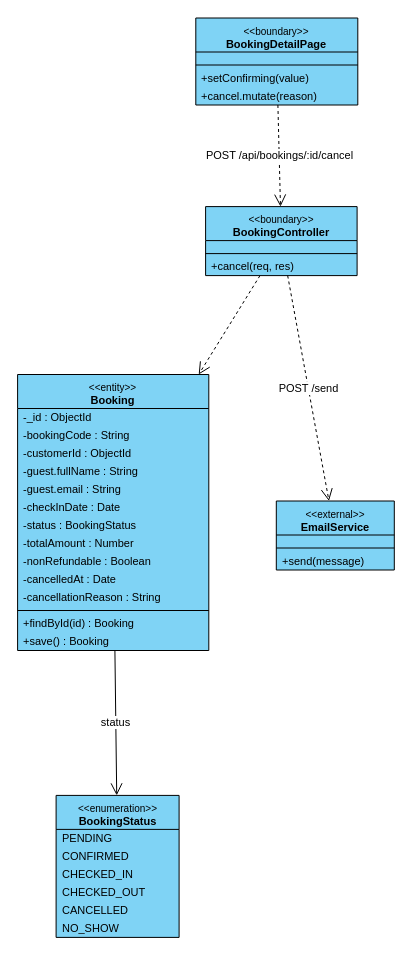
This is final/diagrams/M3_Booking-And-Customer_Diagrams/class_diagrams/CD-11_UC-G14_CancelBooking.drawio from toikobi401/SWD392, a draw.io file, before an edit. Source tidied: cells renumbered, new cells numbered last; positions are measured from the earlier drawing's top-left corner, leaving out a move shared by most shapes. Both pictures are drawn from the tidied source at 100%, with x=0, y=0 at pixel (17, 17).
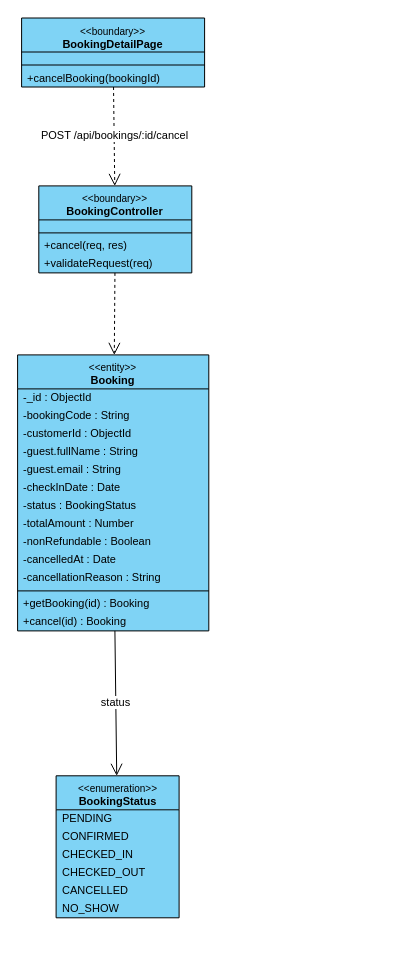
The same diagram, later.

Change to the diagram source:
```diff
@@
     <mxCell id="2" value="&lt;font style=&quot;font-size:10px&quot;&gt;&amp;lt;&amp;lt;boundary&amp;gt;&amp;gt;&lt;/font&gt;&lt;br&gt;&lt;b&gt;BookingDetailPage&lt;/b&gt;" style="swimlane;fontStyle=0;align=center;verticalAlign=top;horizontal=1;startSize=34;html=1;whiteSpace=wrap;fontSize=11;fillColor=#7fd3f5;swimlaneFillColor=#7fd3f5;strokeColor=#000000;" parent="1" vertex="1">
-      <mxGeometry x="178.3" y="0.5" width="162" height="87" as="geometry" />
+      <mxGeometry x="4.1" y="0.5" width="183" height="69" as="geometry" />
     </mxCell>
     <mxCell id="3" style="text;strokeColor=none;fillColor=none;html=1;" parent="2" vertex="1">
-      <mxGeometry y="34" width="162" height="9" as="geometry" />
+      <mxGeometry y="34" width="183" height="9" as="geometry" />
     </mxCell>
     <mxCell id="4" style="line;strokeWidth=1;fillColor=none;align=left;verticalAlign=middle;spacingTop=-1;spacingLeft=3;spacingRight=3;labelPosition=right;strokeColor=#000000;" parent="2" vertex="1">
-      <mxGeometry y="43" width="162" height="8" as="geometry" />
+      <mxGeometry y="43" width="183" height="8" as="geometry" />
     </mxCell>
-    <mxCell id="5" value="+setConfirming(value)" style="text;strokeColor=none;fillColor=none;align=left;verticalAlign=middle;spacingLeft=4;spacingRight=4;overflow=hidden;whiteSpace=nowrap;html=1;fontSize=11;" parent="2" vertex="1">
-      <mxGeometry y="51" width="162" height="18" as="geometry" />
+    <mxCell id="5" value="+cancelBooking(bookingId)" style="text;strokeColor=none;fillColor=none;align=left;verticalAlign=middle;spacingLeft=4;spacingRight=4;overflow=hidden;whiteSpace=nowrap;html=1;fontSize=11;" parent="2" vertex="1">
+      <mxGeometry y="51" width="183" height="18" as="geometry" />
     </mxCell>
-    <mxCell id="6" value="+cancel.mutate(reason)" style="text;strokeColor=none;fillColor=none;align=left;verticalAlign=middle;spacingLeft=4;spacingRight=4;overflow=hidden;whiteSpace=nowrap;html=1;fontSize=11;" parent="2" vertex="1">
-      <mxGeometry y="69" width="162" height="18" as="geometry" />
-    </mxCell>
     <mxCell id="7" value="&lt;font style=&quot;font-size:10px&quot;&gt;&amp;lt;&amp;lt;boundary&amp;gt;&amp;gt;&lt;/font&gt;&lt;br&gt;&lt;b&gt;BookingController&lt;/b&gt;" style="swimlane;fontStyle=0;align=center;verticalAlign=top;horizontal=1;startSize=34;html=1;whiteSpace=wrap;fontSize=11;fillColor=#7fd3f5;swimlaneFillColor=#7fd3f5;strokeColor=#000000;" parent="1" vertex="1">
-      <mxGeometry x="188.1" y="189.1" width="151.5" height="69" as="geometry" />
+      <mxGeometry x="21.3" y="168.4" width="153" height="87" as="geometry" />
     </mxCell>
     <mxCell id="8" style="text;strokeColor=none;fillColor=none;html=1;" parent="7" vertex="1">
-      <mxGeometry y="34" width="151.5" height="9" as="geometry" />
+      <mxGeometry y="34" width="153" height="9" as="geometry" />
     </mxCell>
     <mxCell id="9" style="line;strokeWidth=1;fillColor=none;align=left;verticalAlign=middle;spacingTop=-1;spacingLeft=3;spacingRight=3;labelPosition=right;strokeColor=#000000;" parent="7" vertex="1">
-      <mxGeometry y="43" width="151.5" height="8" as="geometry" />
+      <mxGeometry y="43" width="153" height="8" as="geometry" />
     </mxCell>
     <mxCell id="10" value="+cancel(req, res)" style="text;strokeColor=none;fillColor=none;align=left;verticalAlign=middle;spacingLeft=4;spacingRight=4;overflow=hidden;whiteSpace=nowrap;html=1;fontSize=11;" parent="7" vertex="1">
-      <mxGeometry y="51" width="151.5" height="18" as="geometry" />
+      <mxGeometry y="51" width="153" height="18" as="geometry" />
     </mxCell>
+    <mxCell id="41" value="+validateRequest(req)" style="text;strokeColor=none;fillColor=none;align=left;verticalAlign=middle;spacingLeft=4;spacingRight=4;overflow=hidden;whiteSpace=nowrap;html=1;fontSize=11;" parent="7" vertex="1">
+      <mxGeometry y="69" width="153" height="18" as="geometry" />
+    </mxCell>
     <mxCell id="11" value="&lt;font style=&quot;font-size:10px&quot;&gt;&amp;lt;&amp;lt;entity&amp;gt;&amp;gt;&lt;/font&gt;&lt;br&gt;&lt;b&gt;Booking&lt;/b&gt;" style="swimlane;fontStyle=0;align=center;verticalAlign=top;horizontal=1;startSize=34;html=1;whiteSpace=wrap;fontSize=11;fillColor=#7fd3f5;swimlaneFillColor=#7fd3f5;strokeColor=#000000;" parent="1" vertex="1">
-      <mxGeometry x="0.1" y="357" width="191.2" height="276" as="geometry" />
+      <mxGeometry x="0.1" y="337.4" width="191.2" height="276" as="geometry" />
     </mxCell>
@@
-    <mxCell id="24" value="+findById(id) : Booking" style="text;strokeColor=none;fillColor=none;align=left;verticalAlign=middle;spacingLeft=4;spacingRight=4;overflow=hidden;whiteSpace=nowrap;html=1;fontSize=11;" parent="11" vertex="1">
+    <mxCell id="24" value="+getBooking(id) : Booking" style="text;strokeColor=none;fillColor=none;align=left;verticalAlign=middle;spacingLeft=4;spacingRight=4;overflow=hidden;whiteSpace=nowrap;html=1;fontSize=11;" parent="11" vertex="1">
       <mxGeometry y="240" width="191.2" height="18" as="geometry" />
     </mxCell>
-    <mxCell id="25" value="+save() : Booking" style="text;strokeColor=none;fillColor=none;align=left;verticalAlign=middle;spacingLeft=4;spacingRight=4;overflow=hidden;whiteSpace=nowrap;html=1;fontSize=11;" parent="11" vertex="1">
+    <mxCell id="25" value="+cancel(id) : Booking" style="text;strokeColor=none;fillColor=none;align=left;verticalAlign=middle;spacingLeft=4;spacingRight=4;overflow=hidden;whiteSpace=nowrap;html=1;fontSize=11;" parent="11" vertex="1">
       <mxGeometry y="258" width="191.2" height="18" as="geometry" />
     </mxCell>
     <mxCell id="26" value="&lt;font style=&quot;font-size:10px&quot;&gt;&amp;lt;&amp;lt;enumeration&amp;gt;&amp;gt;&lt;/font&gt;&lt;br&gt;&lt;b&gt;BookingStatus&lt;/b&gt;" style="swimlane;fontStyle=0;align=center;verticalAlign=top;horizontal=1;startSize=34;html=1;whiteSpace=wrap;fontSize=11;fillColor=#7fd3f5;swimlaneFillColor=#7fd3f5;strokeColor=#000000;" parent="1" vertex="1">
-      <mxGeometry x="38.6" y="777.9" width="123" height="142" as="geometry" />
+      <mxGeometry x="38.6" y="758.3" width="123" height="142" as="geometry" />
     </mxCell>
@@
-    <mxCell id="33" value="&lt;font style=&quot;font-size:10px&quot;&gt;&amp;lt;&amp;lt;external&amp;gt;&amp;gt;&lt;/font&gt;&lt;br&gt;&lt;b&gt;EmailService&lt;/b&gt;" style="swimlane;fontStyle=0;align=center;verticalAlign=top;horizontal=1;startSize=34;html=1;whiteSpace=wrap;fontSize=11;fillColor=#7fd3f5;swimlaneFillColor=#7fd3f5;strokeColor=#000000;" parent="1" vertex="1">
-      <mxGeometry x="258.8" y="483.5" width="118" height="69" as="geometry" />
-    </mxCell>
-    <mxCell id="34" style="text;strokeColor=none;fillColor=none;html=1;" parent="33" vertex="1">
-      <mxGeometry y="34" width="118" height="9" as="geometry" />
-    </mxCell>
-    <mxCell id="35" style="line;strokeWidth=1;fillColor=none;align=left;verticalAlign=middle;spacingTop=-1;spacingLeft=3;spacingRight=3;labelPosition=right;strokeColor=#000000;" parent="33" vertex="1">
-      <mxGeometry y="43" width="118" height="8" as="geometry" />
-    </mxCell>
-    <mxCell id="36" value="+send(message)" style="text;strokeColor=none;fillColor=none;align=left;verticalAlign=middle;spacingLeft=4;spacingRight=4;overflow=hidden;whiteSpace=nowrap;html=1;fontSize=11;" parent="33" vertex="1">
-      <mxGeometry y="51" width="118" height="18" as="geometry" />
-    </mxCell>
-    <mxCell id="37" value="POST /send" style="html=1;rounded=0;fontSize=11;labelBackgroundColor=#ffffff;dashed=1;endArrow=open;endSize=10;" parent="1" edge="1" source="7" target="33">
+    <mxCell id="37" value="POST /api/bookings/:id/cancel" style="html=1;rounded=0;fontSize=11;labelBackgroundColor=#ffffff;dashed=1;endArrow=open;endSize=10;" parent="1" edge="1" source="2" target="7">
       <mxGeometry relative="1" as="geometry" />
     </mxCell>
-    <mxCell id="38" value="POST /api/bookings/:id/cancel" style="html=1;rounded=0;fontSize=11;labelBackgroundColor=#ffffff;dashed=1;endArrow=open;endSize=10;" parent="1" edge="1" source="2" target="7">
+    <mxCell id="38" style="html=1;rounded=0;fontSize=11;labelBackgroundColor=#ffffff;dashed=1;endArrow=open;endSize=10;" parent="1" edge="1" source="7" target="11">
       <mxGeometry relative="1" as="geometry" />
     </mxCell>
-    <mxCell id="39" style="html=1;rounded=0;fontSize=11;labelBackgroundColor=#ffffff;dashed=1;endArrow=open;endSize=10;" parent="1" edge="1" source="7" target="11">
+    <mxCell id="39" value="status" style="html=1;rounded=0;fontSize=11;labelBackgroundColor=#ffffff;endArrow=open;endSize=10;" parent="1" edge="1" source="11" target="26">
       <mxGeometry relative="1" as="geometry" />
     </mxCell>
-    <mxCell id="40" value="status" style="html=1;rounded=0;fontSize=11;labelBackgroundColor=#ffffff;endArrow=open;endSize=10;" parent="1" edge="1" source="11" target="26">
-      <mxGeometry relative="1" as="geometry" />
-    </mxCell>
```
